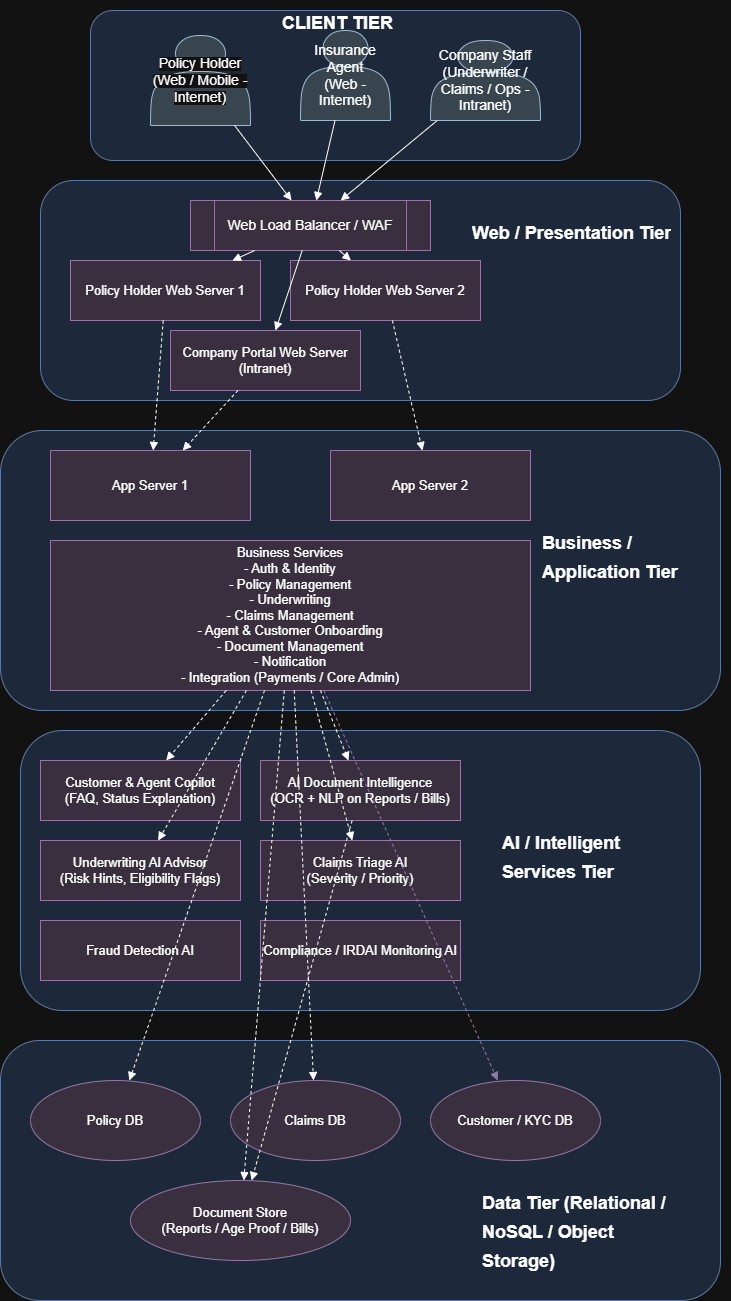
Earlier version of the draw.io export Diagrams/IMIC-Mulit_Tier_Diagram.png (MohammadYunoos/UpgradeToArchitect_Indian_Medical_Insurance_Corporation). Source tidied: cells renumbered, new cells last; positions are measured from the earlier drawing's top-left corner, leaving out a move shared by most shapes. Its diagram source:
```xml
<mxGraphModel>
  <root>
    <mxCell id="0" />
    <mxCell id="1" parent="0" />
    <mxCell id="2" style="rounded=1;whiteSpace=wrap;html=1;strokeColor=#6c8ebf;fillColor=#dae8fc;fontSize=14;" parent="1" vertex="1">
      <mxGeometry x="90" y="10" width="490" height="150" as="geometry" />
    </mxCell>
    <mxCell id="3" value="&lt;span style=&quot;background-color: light-dark(#ffffff, var(--ge-dark-color, #121212));&quot;&gt;&lt;font style=&quot;font-size: 14px;&quot;&gt;Policy Holder&lt;br&gt;(Web / Mobile - Internet)&lt;/font&gt;&lt;/span&gt;" style="shape=actor;whiteSpace=wrap;html=1;fontSize=12;fillColor=#bac8d3;strokeColor=#23445d;" parent="1" vertex="1">
      <mxGeometry x="150" y="35" width="100" height="90" as="geometry" />
    </mxCell>
    <mxCell id="4" value="&lt;font style=&quot;font-size: 14px;&quot;&gt;Insurance Agent&lt;br&gt;(Web - Internet)&lt;/font&gt;" style="shape=actor;whiteSpace=wrap;html=1;fontSize=12;fillColor=#bac8d3;strokeColor=#23445d;" parent="1" vertex="1">
      <mxGeometry x="300" y="30" width="90" height="90" as="geometry" />
    </mxCell>
    <mxCell id="5" value="&lt;font style=&quot;font-size: 14px;&quot;&gt;Company Staff&lt;br&gt;(Underwriter / Claims / Ops - Intranet)&lt;/font&gt;" style="shape=actor;whiteSpace=wrap;html=1;fontSize=12;fillColor=#bac8d3;strokeColor=#23445d;" parent="1" vertex="1">
      <mxGeometry x="430" y="40" width="110" height="80" as="geometry" />
    </mxCell>
    <mxCell id="6" style="rounded=1;whiteSpace=wrap;html=1;strokeColor=#6c8ebf;fillColor=#dae8fc;fontSize=14;" parent="1" vertex="1">
      <mxGeometry x="40" y="180" width="640" height="220" as="geometry" />
    </mxCell>
    <mxCell id="7" value="&lt;font style=&quot;font-size: 14px;&quot;&gt;Web Load Balancer / WAF&lt;/font&gt;" style="shape=process;whiteSpace=wrap;html=1;fontSize=12;fillColor=#e1d5e7;strokeColor=#9673a6;" parent="1" vertex="1">
      <mxGeometry x="190" y="200" width="240" height="50" as="geometry" />
    </mxCell>
    <mxCell id="8" value="&lt;font style=&quot;font-size: 13px;&quot;&gt;Policy Holder Web Server 1&lt;/font&gt;" style="shape=rectangle;whiteSpace=wrap;html=1;fontSize=11;fillColor=#e1d5e7;strokeColor=#9673a6;" parent="1" vertex="1">
      <mxGeometry x="70" y="260" width="190" height="60" as="geometry" />
    </mxCell>
    <mxCell id="9" value="&lt;font style=&quot;font-size: 13px;&quot;&gt;Policy Holder Web Server 2&lt;/font&gt;" style="shape=rectangle;whiteSpace=wrap;html=1;fontSize=11;fillColor=#e1d5e7;strokeColor=#9673a6;" parent="1" vertex="1">
      <mxGeometry x="290" y="260" width="190" height="60" as="geometry" />
    </mxCell>
    <mxCell id="10" value="&lt;font style=&quot;font-size: 13px;&quot;&gt;Company Portal Web Server&lt;br&gt;(Intranet)&lt;/font&gt;" style="shape=rectangle;whiteSpace=wrap;html=1;fontSize=11;fillColor=#e1d5e7;strokeColor=#9673a6;" parent="1" vertex="1">
      <mxGeometry x="170" y="330" width="190" height="60" as="geometry" />
    </mxCell>
    <mxCell id="11" style="endArrow=block;html=1;flowAnimation=0;strokeColor=default;rounded=1;curved=0;" parent="1" edge="1" source="3" target="7">
      <mxGeometry relative="1" as="geometry" />
    </mxCell>
    <mxCell id="12" style="endArrow=block;html=1;rounded=1;curved=0;" parent="1" edge="1" source="4" target="7">
      <mxGeometry relative="1" as="geometry" />
    </mxCell>
    <mxCell id="13" style="endArrow=block;html=1;" parent="1" edge="1" source="5" target="7">
      <mxGeometry relative="1" as="geometry" />
    </mxCell>
    <mxCell id="14" style="endArrow=block;html=1;" parent="1" edge="1" source="7" target="8">
      <mxGeometry relative="1" as="geometry" />
    </mxCell>
    <mxCell id="15" style="endArrow=block;html=1;" parent="1" edge="1" source="7" target="9">
      <mxGeometry relative="1" as="geometry" />
    </mxCell>
    <mxCell id="16" style="endArrow=block;html=1;" parent="1" edge="1" source="7" target="10">
      <mxGeometry relative="1" as="geometry" />
    </mxCell>
    <mxCell id="17" value="Business / Application Tier (.NET / Java App Servers)" style="rounded=1;whiteSpace=wrap;html=1;fontSize=14;fillColor=#dae8fc;strokeColor=#6c8ebf;" parent="1" vertex="1">
      <mxGeometry y="430" width="720" height="280" as="geometry" />
    </mxCell>
    <mxCell id="18" value="&lt;font style=&quot;font-size: 13px;&quot;&gt;App Server 1&lt;/font&gt;" style="shape=rectangle;whiteSpace=wrap;html=1;strokeColor=#9673a6;fillColor=#e1d5e7;fontSize=11;" parent="1" vertex="1">
      <mxGeometry x="50" y="450" width="200" height="70" as="geometry" />
    </mxCell>
    <mxCell id="19" value="&lt;font style=&quot;font-size: 13px;&quot;&gt;App Server 2&lt;/font&gt;" style="shape=rectangle;whiteSpace=wrap;html=1;strokeColor=#9673a6;fillColor=#e1d5e7;fontSize=11;" parent="1" vertex="1">
      <mxGeometry x="330" y="450" width="200" height="70" as="geometry" />
    </mxCell>
    <mxCell id="20" value="&lt;font style=&quot;font-size: 13px;&quot;&gt;Business Services&lt;br&gt;- Auth &amp;amp; Identity&lt;br&gt;- Policy Management&lt;br&gt;- Underwriting&lt;br&gt;- Claims Management&lt;br&gt;- Agent &amp;amp; Customer Onboarding&lt;br&gt;- Document Management&lt;br&gt;- Notification&lt;br&gt;- Integration (Payments / Core Admin)&lt;/font&gt;" style="shape=rectangle;whiteSpace=wrap;html=1;strokeColor=#9673a6;fillColor=#e1d5e7;fontSize=11;" parent="1" vertex="1">
      <mxGeometry x="50" y="540" width="480" height="150" as="geometry" />
    </mxCell>
    <mxCell id="21" style="endArrow=block;html=1;dashed=1;" parent="1" edge="1" source="8" target="18">
      <mxGeometry relative="1" as="geometry" />
    </mxCell>
    <mxCell id="22" style="endArrow=block;html=1;dashed=1;" parent="1" edge="1" source="9" target="19">
      <mxGeometry relative="1" as="geometry" />
    </mxCell>
    <mxCell id="23" style="endArrow=block;html=1;dashed=1;" parent="1" edge="1" source="10" target="18">
      <mxGeometry relative="1" as="geometry" />
    </mxCell>
    <mxCell id="24" style="rounded=1;whiteSpace=wrap;html=1;strokeColor=#6c8ebf;fillColor=#dae8fc;fontSize=14;" parent="1" vertex="1">
      <mxGeometry x="20" y="730" width="680" height="280" as="geometry" />
    </mxCell>
    <mxCell id="25" value="&lt;font style=&quot;font-size: 13px;&quot;&gt;Customer &amp;amp; Agent Copilot&lt;br&gt;(FAQ, Status Explanation)&lt;/font&gt;" style="shape=rectangle;whiteSpace=wrap;html=1;strokeColor=#9673a6;fillColor=#e1d5e7;fontSize=11;" parent="1" vertex="1">
      <mxGeometry x="40" y="760" width="200" height="60" as="geometry" />
    </mxCell>
    <mxCell id="26" value="&lt;font style=&quot;font-size: 13px;&quot;&gt;AI Document Intelligence&lt;br&gt;(OCR + NLP on Reports / Bills)&lt;/font&gt;" style="shape=rectangle;whiteSpace=wrap;html=1;strokeColor=#9673a6;fillColor=#e1d5e7;fontSize=11;" parent="1" vertex="1">
      <mxGeometry x="260" y="760" width="200" height="60" as="geometry" />
    </mxCell>
    <mxCell id="27" value="&lt;font style=&quot;font-size: 13px;&quot;&gt;Underwriting AI Advisor&lt;br&gt;(Risk Hints, Eligibility Flags)&lt;/font&gt;" style="shape=rectangle;whiteSpace=wrap;html=1;strokeColor=#9673a6;fillColor=#e1d5e7;fontSize=11;" parent="1" vertex="1">
      <mxGeometry x="40" y="840" width="200" height="60" as="geometry" />
    </mxCell>
    <mxCell id="28" value="&lt;font style=&quot;font-size: 13px;&quot;&gt;Claims Triage AI&lt;br&gt;(Severity / Priority)&lt;/font&gt;" style="shape=rectangle;whiteSpace=wrap;html=1;strokeColor=#9673a6;fillColor=#e1d5e7;fontSize=11;" parent="1" vertex="1">
      <mxGeometry x="260" y="840" width="200" height="60" as="geometry" />
    </mxCell>
    <mxCell id="29" value="&lt;font style=&quot;font-size: 13px;&quot;&gt;Fraud Detection AI&lt;/font&gt;" style="shape=rectangle;whiteSpace=wrap;html=1;strokeColor=#9673a6;fillColor=#e1d5e7;fontSize=11;" parent="1" vertex="1">
      <mxGeometry x="40" y="920" width="200" height="60" as="geometry" />
    </mxCell>
    <mxCell id="30" value="&lt;font style=&quot;font-size: 13px;&quot;&gt;Compliance / IRDAI Monitoring AI&lt;/font&gt;" style="shape=rectangle;whiteSpace=wrap;html=1;strokeColor=#9673a6;fillColor=#e1d5e7;fontSize=11;" parent="1" vertex="1">
      <mxGeometry x="260" y="920" width="200" height="60" as="geometry" />
    </mxCell>
    <mxCell id="31" style="endArrow=block;html=1;dashed=1;" parent="1" edge="1" source="20" target="25">
      <mxGeometry relative="1" as="geometry" />
    </mxCell>
    <mxCell id="32" style="endArrow=block;html=1;dashed=1;" parent="1" edge="1" source="20" target="26">
      <mxGeometry relative="1" as="geometry" />
    </mxCell>
    <mxCell id="33" style="endArrow=block;html=1;dashed=1;" parent="1" edge="1" source="20" target="27">
      <mxGeometry relative="1" as="geometry" />
    </mxCell>
    <mxCell id="34" style="endArrow=block;html=1;dashed=1;" parent="1" edge="1" source="20" target="28">
      <mxGeometry relative="1" as="geometry" />
    </mxCell>
    <mxCell id="35" style="rounded=1;whiteSpace=wrap;html=1;fontSize=14;fillColor=#dae8fc;strokeColor=#6c8ebf;" parent="1" vertex="1">
      <mxGeometry y="1040" width="720" height="260" as="geometry" />
    </mxCell>
    <mxCell id="36" value="&lt;font style=&quot;font-size: 13px;&quot;&gt;Policy DB&lt;/font&gt;" style="shape=ellipse;whiteSpace=wrap;html=1;strokeColor=#9673a6;fillColor=#e1d5e7;fontSize=11;" parent="1" vertex="1">
      <mxGeometry x="30" y="1080" width="170" height="80" as="geometry" />
    </mxCell>
    <mxCell id="37" value="&lt;font style=&quot;font-size: 13px;&quot;&gt;Claims DB&lt;/font&gt;" style="shape=ellipse;whiteSpace=wrap;html=1;strokeColor=#9673a6;fillColor=#e1d5e7;fontSize=11;" parent="1" vertex="1">
      <mxGeometry x="230" y="1080" width="170" height="80" as="geometry" />
    </mxCell>
    <mxCell id="38" value="&lt;font style=&quot;font-size: 13px;&quot;&gt;Customer / KYC DB&lt;/font&gt;" style="shape=ellipse;whiteSpace=wrap;html=1;strokeColor=#9673a6;fillColor=#e1d5e7;fontSize=11;" parent="1" vertex="1">
      <mxGeometry x="430" y="1080" width="170" height="80" as="geometry" />
    </mxCell>
    <mxCell id="39" value="&lt;font style=&quot;font-size: 13px;&quot;&gt;Document Store&lt;br&gt;(Reports / Age Proof / Bills)&lt;/font&gt;" style="shape=ellipse;whiteSpace=wrap;html=1;strokeColor=#9673a6;fillColor=#e1d5e7;fontSize=11;" parent="1" vertex="1">
      <mxGeometry x="130" y="1180" width="220" height="80" as="geometry" />
    </mxCell>
    <mxCell id="40" style="endArrow=block;html=1;dashed=1;" parent="1" edge="1" source="20" target="36">
      <mxGeometry relative="1" as="geometry" />
    </mxCell>
    <mxCell id="41" style="endArrow=block;html=1;dashed=1;" parent="1" edge="1" source="20" target="37">
      <mxGeometry relative="1" as="geometry" />
    </mxCell>
    <mxCell id="42" style="endArrow=block;html=1;dashed=1;fillColor=#e1d5e7;strokeColor=#9673a6;" parent="1" edge="1" source="20" target="38">
      <mxGeometry relative="1" as="geometry" />
    </mxCell>
    <mxCell id="43" style="endArrow=block;html=1;dashed=1;" parent="1" edge="1" source="20" target="39">
      <mxGeometry relative="1" as="geometry" />
    </mxCell>
    <mxCell id="44" style="endArrow=block;html=1;dashed=1;" parent="1" edge="1" source="26" target="39">
      <mxGeometry relative="1" as="geometry" />
    </mxCell>
    <mxCell id="45" value="&lt;h1 style=&quot;margin-top: 0px;&quot;&gt;&lt;font face=&quot;Helvetica&quot; style=&quot;line-height: 100%; font-size: 18px;&quot;&gt;CLIENT TIER&lt;/font&gt;&lt;/h1&gt;" style="text;html=1;whiteSpace=wrap;overflow=hidden;rounded=0;" parent="1" vertex="1">
      <mxGeometry x="280" width="180" height="60" as="geometry" />
    </mxCell>
    <mxCell id="46" value="&lt;h1 style=&quot;margin-top: 0px;&quot;&gt;&lt;font face=&quot;Helvetica&quot; style=&quot;line-height: 100%; font-size: 18px;&quot;&gt;Web / Presentation Tier&lt;/font&gt;&lt;/h1&gt;" style="text;html=1;whiteSpace=wrap;overflow=hidden;rounded=0;" parent="1" vertex="1">
      <mxGeometry x="470" y="210" width="210" height="110" as="geometry" />
    </mxCell>
    <mxCell id="47" value="&lt;h1 style=&quot;margin-top: 0px;&quot;&gt;&lt;font face=&quot;Helvetica&quot; style=&quot;line-height: 100%; font-size: 18px;&quot;&gt;Business / Application Tier&lt;/font&gt;&lt;/h1&gt;" style="text;html=1;whiteSpace=wrap;overflow=hidden;rounded=0;" parent="1" vertex="1">
      <mxGeometry x="540" y="520" width="190" height="110" as="geometry" />
    </mxCell>
    <mxCell id="48" value="&lt;h1 style=&quot;margin-top: 0px;&quot;&gt;&lt;font face=&quot;Helvetica&quot; style=&quot;line-height: 100%; font-size: 18px;&quot;&gt;AI / Intelligent Services Tier&lt;/font&gt;&lt;/h1&gt;" style="text;html=1;whiteSpace=wrap;overflow=hidden;rounded=0;" parent="1" vertex="1">
      <mxGeometry x="500" y="820" width="190" height="110" as="geometry" />
    </mxCell>
    <mxCell id="49" value="&lt;h1 style=&quot;margin-top: 0px;&quot;&gt;&lt;font face=&quot;Helvetica&quot; style=&quot;line-height: 100%; font-size: 18px;&quot;&gt;Data Tier (Relational / NoSQL / Object Storage)&lt;/font&gt;&lt;/h1&gt;" style="text;html=1;whiteSpace=wrap;overflow=hidden;rounded=0;" parent="1" vertex="1">
      <mxGeometry x="480" y="1180" width="190" height="110" as="geometry" />
    </mxCell>
  </root>
</mxGraphModel>
```
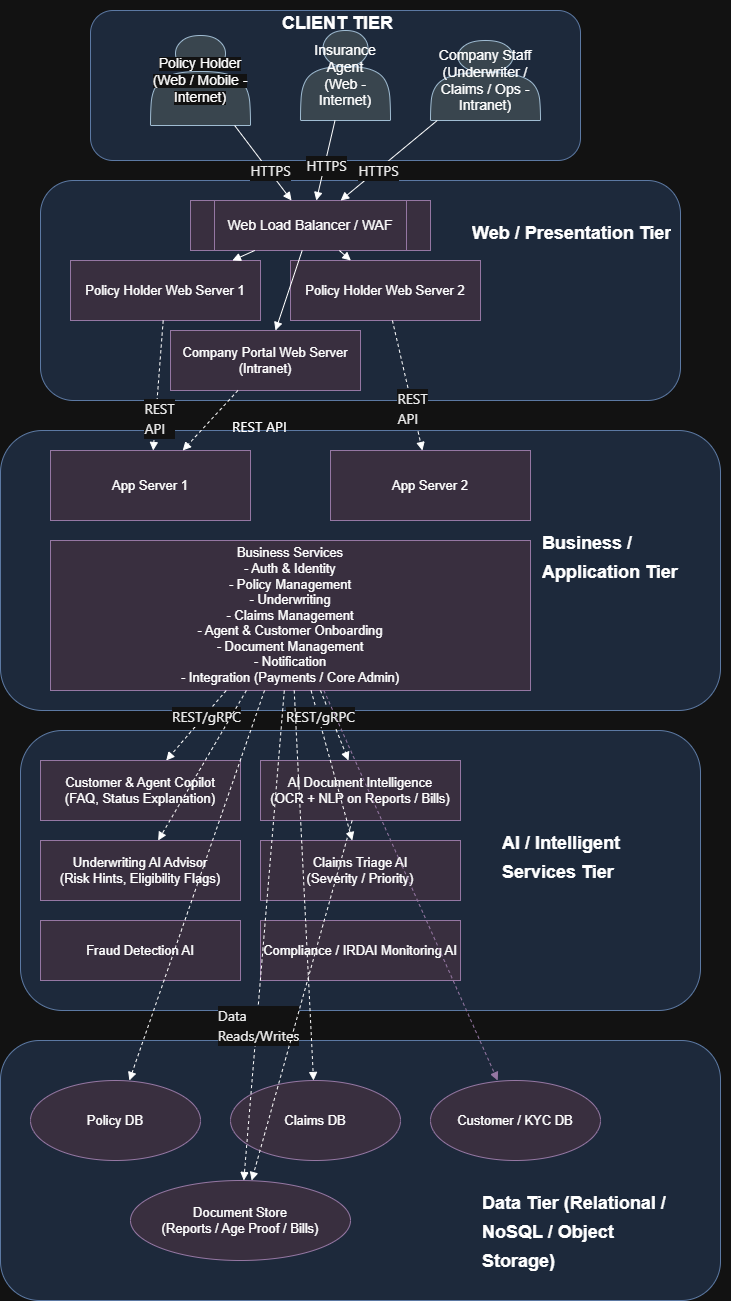
After the change.

Commit message:
multi-tier diagram

The edit, as a diff of the source:
```diff
@@ -32,12 +32,21 @@
     <mxCell id="11" style="endArrow=block;html=1;flowAnimation=0;strokeColor=default;rounded=1;curved=0;" parent="1" edge="1" source="3" target="7">
       <mxGeometry relative="1" as="geometry" />
     </mxCell>
+    <mxCell id="50" value="&lt;div style=&quot;color: rgb(0, 0, 0); text-align: start; text-wrap-mode: wrap; font-family: &amp;quot;Segoe UI&amp;quot;; font-size: 14px; line-height: 20px;&quot;&gt;HTTPS&lt;/div&gt;" style="edgeLabel;html=1;align=center;verticalAlign=middle;" parent="11" vertex="1">
+      <mxGeometry x="0.2" y="1" relative="1" as="geometry" />
+    </mxCell>
     <mxCell id="12" style="endArrow=block;html=1;rounded=1;curved=0;" parent="1" edge="1" source="4" target="7">
       <mxGeometry relative="1" as="geometry" />
     </mxCell>
+    <mxCell id="51" value="&lt;div style=&quot;color: rgb(0, 0, 0); text-align: start; text-wrap-mode: wrap; font-family: &amp;quot;Segoe UI&amp;quot;; font-size: 14px; line-height: 20px;&quot;&gt;HTTPS&lt;/div&gt;" style="edgeLabel;html=1;align=center;verticalAlign=middle;" parent="12" vertex="1">
+      <mxGeometry x="0.11" y="1" relative="1" as="geometry" />
+    </mxCell>
     <mxCell id="13" style="endArrow=block;html=1;" parent="1" edge="1" source="5" target="7">
       <mxGeometry relative="1" as="geometry" />
     </mxCell>
+    <mxCell id="52" value="&lt;div style=&quot;color: rgb(0, 0, 0); text-align: start; text-wrap-mode: wrap; font-family: &amp;quot;Segoe UI&amp;quot;; font-size: 14px; line-height: 20px;&quot;&gt;HTTPS&lt;/div&gt;" style="edgeLabel;html=1;align=center;verticalAlign=middle;" parent="13" vertex="1">
+      <mxGeometry x="0.23" relative="1" as="geometry" />
+    </mxCell>
     <mxCell id="14" style="endArrow=block;html=1;" parent="1" edge="1" source="7" target="8">
       <mxGeometry relative="1" as="geometry" />
     </mxCell>
@@ -62,9 +71,15 @@
     <mxCell id="21" style="endArrow=block;html=1;dashed=1;" parent="1" edge="1" source="8" target="18">
       <mxGeometry relative="1" as="geometry" />
     </mxCell>
+    <mxCell id="53" value="&lt;div style=&quot;color: rgb(0, 0, 0); text-align: start; text-wrap-mode: wrap; font-family: &amp;quot;Segoe UI&amp;quot;; font-size: 14px; line-height: 20px;&quot;&gt;REST API&lt;/div&gt;" style="edgeLabel;html=1;align=center;verticalAlign=middle;" parent="21" vertex="1">
+      <mxGeometry x="0.5" y="3" relative="1" as="geometry" />
+    </mxCell>
     <mxCell id="22" style="endArrow=block;html=1;dashed=1;" parent="1" edge="1" source="9" target="19">
       <mxGeometry relative="1" as="geometry" />
     </mxCell>
+    <mxCell id="54" value="&lt;div style=&quot;color: rgb(0, 0, 0); text-align: start; text-wrap-mode: wrap; font-family: &amp;quot;Segoe UI&amp;quot;; font-size: 14px; line-height: 20px;&quot;&gt;REST API&lt;/div&gt;" style="edgeLabel;html=1;align=center;verticalAlign=middle;" parent="22" vertex="1">
+      <mxGeometry x="0.34" y="-1" relative="1" as="geometry" />
+    </mxCell>
     <mxCell id="23" style="endArrow=block;html=1;dashed=1;" parent="1" edge="1" source="10" target="18">
       <mxGeometry relative="1" as="geometry" />
     </mxCell>
@@ -92,6 +107,9 @@
     <mxCell id="31" style="endArrow=block;html=1;dashed=1;" parent="1" edge="1" source="20" target="25">
       <mxGeometry relative="1" as="geometry" />
     </mxCell>
+    <mxCell id="55" value="&lt;div style=&quot;color: rgb(0, 0, 0); text-align: start; text-wrap-mode: wrap; font-family: &amp;quot;Segoe UI&amp;quot;; font-size: 14px; line-height: 20px;&quot;&gt;REST/gRPC&lt;/div&gt;" style="edgeLabel;html=1;align=center;verticalAlign=middle;" parent="31" vertex="1">
+      <mxGeometry x="-0.3" y="1" relative="1" as="geometry" />
+    </mxCell>
     <mxCell id="32" style="endArrow=block;html=1;dashed=1;" parent="1" edge="1" source="20" target="26">
       <mxGeometry relative="1" as="geometry" />
     </mxCell>
@@ -101,6 +119,9 @@
     <mxCell id="34" style="endArrow=block;html=1;dashed=1;" parent="1" edge="1" source="20" target="28">
       <mxGeometry relative="1" as="geometry" />
     </mxCell>
+    <mxCell id="56" value="&lt;div style=&quot;color: rgb(0, 0, 0); text-align: start; text-wrap-mode: wrap; font-family: &amp;quot;Segoe UI&amp;quot;; font-size: 14px; line-height: 20px;&quot;&gt;REST/gRPC&lt;/div&gt;" style="edgeLabel;html=1;align=center;verticalAlign=middle;" parent="34" vertex="1">
+      <mxGeometry x="-0.65" y="2" relative="1" as="geometry" />
+    </mxCell>
     <mxCell id="35" style="rounded=1;whiteSpace=wrap;html=1;fontSize=14;fillColor=#dae8fc;strokeColor=#6c8ebf;" parent="1" vertex="1">
       <mxGeometry y="1040" width="720" height="260" as="geometry" />
     </mxCell>
@@ -128,6 +149,11 @@
     <mxCell id="43" style="endArrow=block;html=1;dashed=1;" parent="1" edge="1" source="20" target="39">
       <mxGeometry relative="1" as="geometry" />
     </mxCell>
+    <mxCell id="57" value="&lt;div style=&quot;color: rgb(0, 0, 0); text-align: start; text-wrap-mode: wrap; font-family: &amp;quot;Segoe UI&amp;quot;; font-size: 14px; line-height: 20px;&quot;&gt;Data Reads/Writes&lt;/div&gt;" style="edgeLabel;html=1;align=center;verticalAlign=middle;" parent="43" vertex="1">
+      <mxGeometry x="0.36" y="1" relative="1" as="geometry">
+        <mxPoint y="1" as="offset" />
+      </mxGeometry>
+    </mxCell>
     <mxCell id="44" style="endArrow=block;html=1;dashed=1;" parent="1" edge="1" source="26" target="39">
       <mxGeometry relative="1" as="geometry" />
     </mxCell>
@@ -146,5 +172,8 @@
     <mxCell id="49" value="&lt;h1 style=&quot;margin-top: 0px;&quot;&gt;&lt;font face=&quot;Helvetica&quot; style=&quot;line-height: 100%; font-size: 18px;&quot;&gt;Data Tier (Relational / NoSQL / Object Storage)&lt;/font&gt;&lt;/h1&gt;" style="text;html=1;whiteSpace=wrap;overflow=hidden;rounded=0;" parent="1" vertex="1">
       <mxGeometry x="480" y="1180" width="190" height="110" as="geometry" />
     </mxCell>
+    <mxCell id="58" value="&lt;div style=&quot;font-family:'Segoe UI';font-size:14px;font-style:normal;font-weight:400;line-height:20px&quot;&gt;REST API&lt;/div&gt;" style="text;whiteSpace=wrap;html=1;" parent="1" vertex="1">
+      <mxGeometry x="230" y="410" width="90" height="40" as="geometry" />
+    </mxCell>
   </root>
 </mxGraphModel>
```
